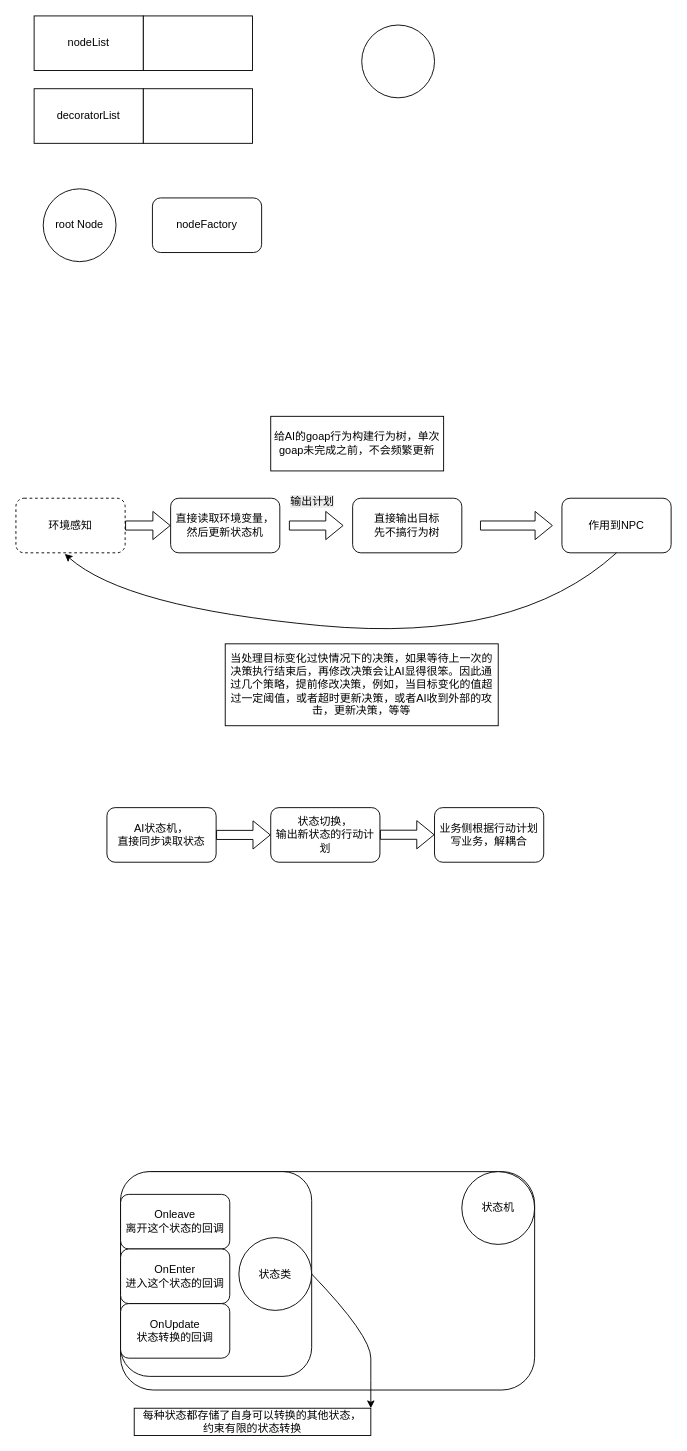
Before: AI行为树.drawio in junpfeng/UE, a draw.io diagram. Source tidied: cells renumbered, new cells numbered last; positions are measured from the earlier drawing's top-left corner, leaving out a move shared by most shapes. Both pictures are drawn from the tidied source at 91%, with x=0, y=0 at pixel (15, 15).
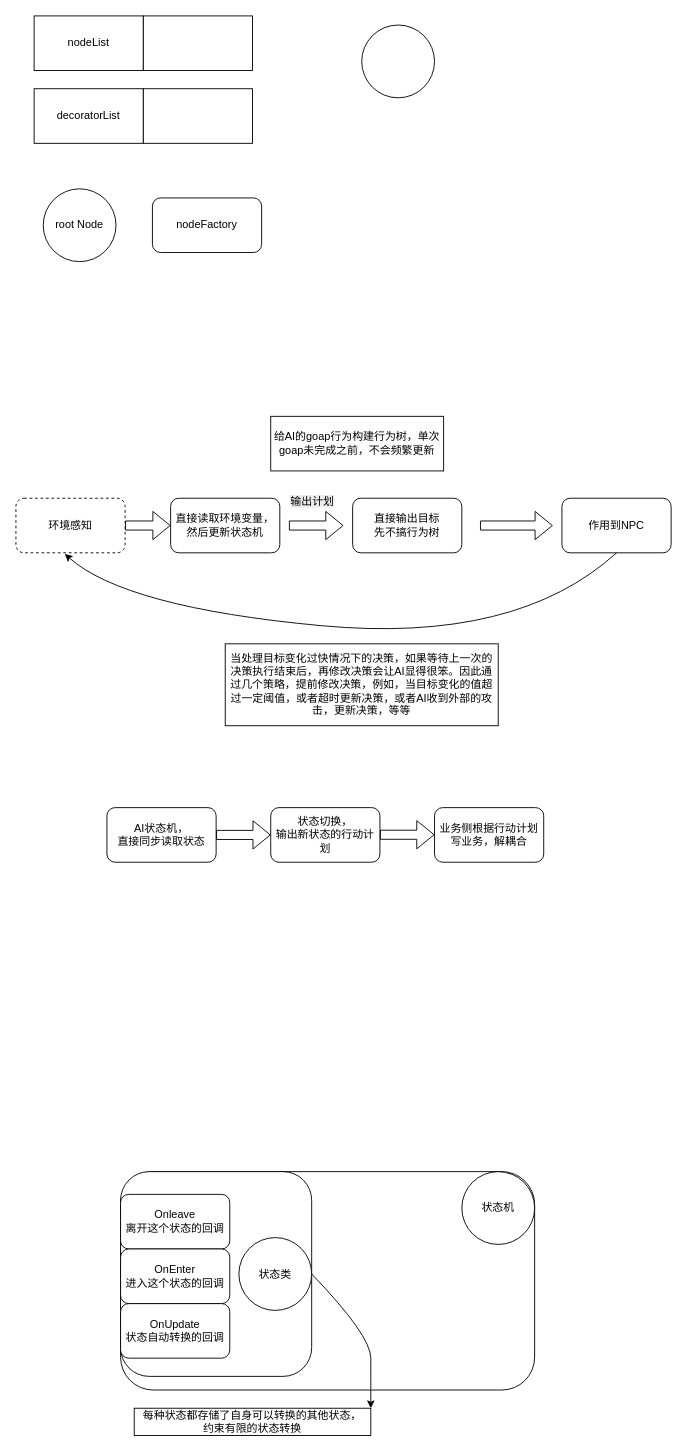
The same page after the edit.

Commit message:
更新AI行为树.drawio

What changed in the source:
```diff
@@
-    <mxCell id="27" value="OnUpdate&lt;br&gt;状态转换的回调" style="rounded=1;whiteSpace=wrap;html=1;" parent="1" vertex="1">
+    <mxCell id="27" value="OnUpdate&lt;br&gt;状态自动转换的回调" style="rounded=1;whiteSpace=wrap;html=1;" parent="1" vertex="1">
       <mxGeometry x="115" y="1415" width="120" height="60" as="geometry" />
     </mxCell>
```
